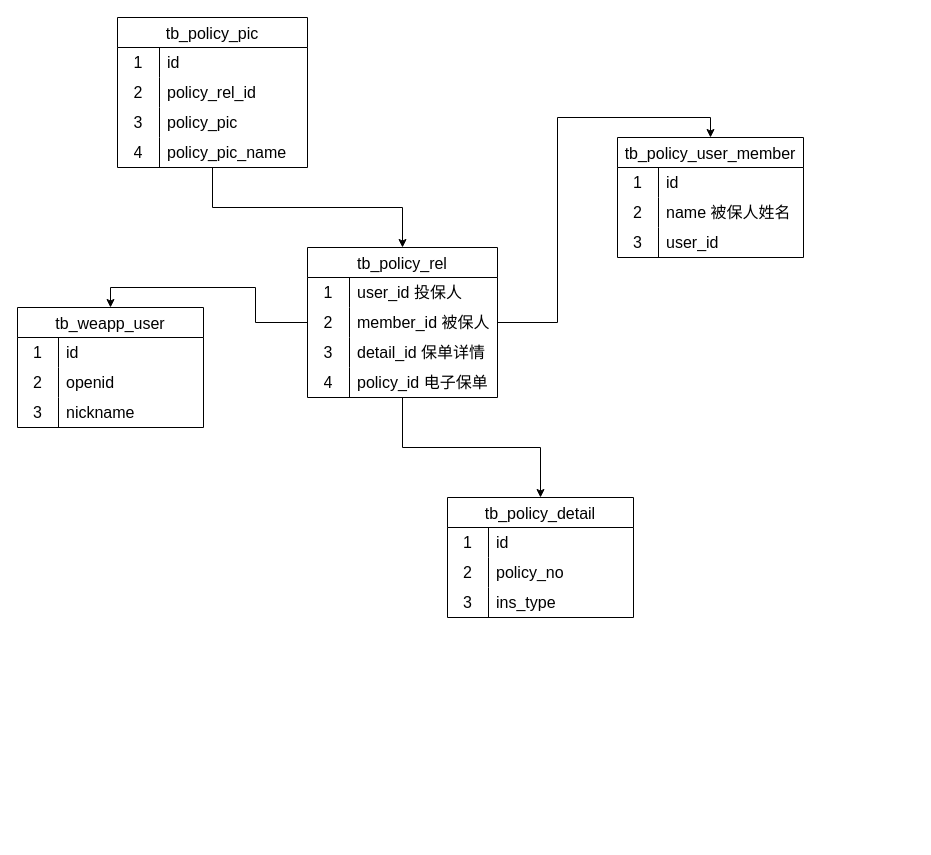
This is src/未命名绘图.drawio from chris950424/work-add, a draw.io file, before an edit. Source tidied: cells renumbered, new cells numbered last; positions are measured from the earlier drawing's top-left corner, leaving out a move shared by most shapes. Both pictures are drawn from the tidied source at 100%, with x=0, y=0 at pixel (17, 17).
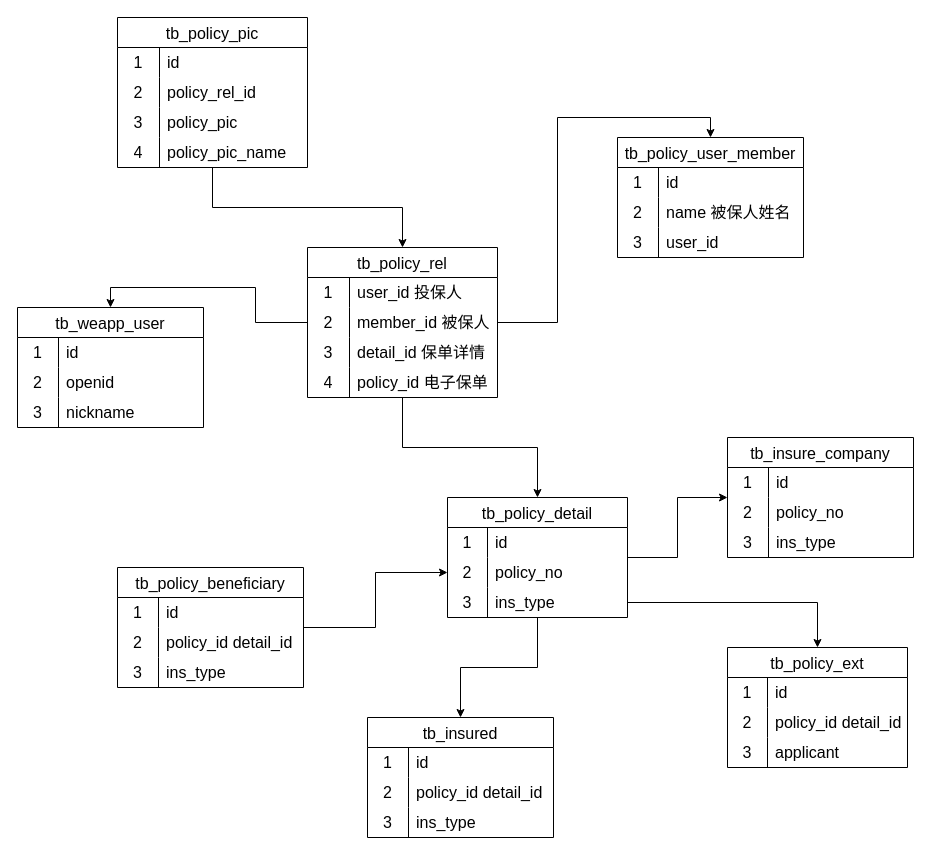
The same page after the edit.

Commit message (it also covers changes not shown here):
更新未命名绘图.drawio

The edit, as a diff of the source:
```diff
@@
+    <mxCell id="62" style="edgeStyle=orthogonalEdgeStyle;rounded=0;jettySize=auto;html=1;" parent="1" edge="1" source="15" target="79">
+      <mxGeometry relative="1" as="geometry">
+        <Array as="points">
+          <mxPoint x="660" y="540" />
+          <mxPoint x="660" y="480" />
+        </Array>
+      </mxGeometry>
+    </mxCell>
+    <mxCell id="63" style="edgeStyle=orthogonalEdgeStyle;rounded=0;jettySize=auto;html=1;" parent="1" edge="1" source="15" target="85">
+      <mxGeometry relative="1" as="geometry" />
+    </mxCell>
     <mxCell id="15" value="tb_policy_detail" style="shape=table;startSize=30;childLayout=tableLayout;rowLines=0;fontStyle=0;strokeColor=default;fontSize=16;" parent="1" vertex="1">
-      <mxGeometry x="430" y="480" width="186" height="120" as="geometry" />
+      <mxGeometry x="430" y="480" width="180" height="120" as="geometry" />
     </mxCell>
     <mxCell id="16" style="shape=tableRow;horizontal=0;startSize=0;swimlaneHead=0;swimlaneBody=0;top=0;left=0;bottom=0;right=0;fillColor=none;strokeColor=inherit;fontSize=16;" parent="15" vertex="1">
-      <mxGeometry y="30" width="186" height="30" as="geometry" />
+      <mxGeometry y="30" width="180" height="30" as="geometry" />
     </mxCell>
     <mxCell id="17" value="1" style="shape=partialRectangle;html=1;whiteSpace=wrap;fillColor=none;top=0;left=0;bottom=0;right=0;overflow=hidden;strokeColor=inherit;fontSize=16;" parent="16" vertex="1">
-      <mxGeometry width="41" height="30" as="geometry" />
+      <mxGeometry width="40" height="30" as="geometry" />
     </mxCell>
     <mxCell id="18" value="id" style="shape=partialRectangle;html=1;whiteSpace=wrap;fillColor=none;top=0;left=0;bottom=0;right=0;align=left;spacingLeft=6;overflow=hidden;strokeColor=inherit;fontSize=16;" parent="16" vertex="1">
-      <mxGeometry x="41" width="145" height="30" as="geometry" />
+      <mxGeometry x="40" width="140" height="30" as="geometry" />
     </mxCell>
     <mxCell id="19" style="shape=tableRow;horizontal=0;startSize=0;swimlaneHead=0;swimlaneBody=0;top=0;left=0;bottom=0;right=0;fillColor=none;points=[[0,0.5],[1,0.5]];portConstraint=eastwest;strokeColor=inherit;fontSize=16;" parent="15" vertex="1">
-      <mxGeometry y="60" width="186" height="30" as="geometry" />
+      <mxGeometry y="60" width="180" height="30" as="geometry" />
     </mxCell>
     <mxCell id="20" value="2" style="shape=partialRectangle;html=1;whiteSpace=wrap;fillColor=none;top=0;left=0;bottom=0;right=0;overflow=hidden;strokeColor=inherit;fontSize=16;" parent="19" vertex="1">
-      <mxGeometry width="41" height="30" as="geometry" />
+      <mxGeometry width="40" height="30" as="geometry" />
     </mxCell>
     <mxCell id="21" value="policy_no" style="shape=partialRectangle;html=1;whiteSpace=wrap;fillColor=none;top=0;left=0;bottom=0;right=0;align=left;spacingLeft=6;overflow=hidden;strokeColor=inherit;fontSize=16;" parent="19" vertex="1">
-      <mxGeometry x="41" width="145" height="30" as="geometry" />
+      <mxGeometry x="40" width="140" height="30" as="geometry" />
     </mxCell>
     <mxCell id="22" style="shape=tableRow;horizontal=0;startSize=0;swimlaneHead=0;swimlaneBody=0;top=0;left=0;bottom=0;right=0;fillColor=none;points=[[0,0.5],[1,0.5]];portConstraint=eastwest;strokeColor=inherit;fontSize=16;" parent="15" vertex="1">
-      <mxGeometry y="90" width="186" height="30" as="geometry" />
+      <mxGeometry y="90" width="180" height="30" as="geometry" />
     </mxCell>
     <mxCell id="23" value="3" style="shape=partialRectangle;html=1;whiteSpace=wrap;fillColor=none;top=0;left=0;bottom=0;right=0;overflow=hidden;strokeColor=inherit;fontSize=16;" parent="22" vertex="1">
-      <mxGeometry width="41" height="30" as="geometry" />
+      <mxGeometry width="40" height="30" as="geometry" />
     </mxCell>
     <mxCell id="24" value="ins_type" style="shape=partialRectangle;html=1;whiteSpace=wrap;fillColor=none;top=0;left=0;bottom=0;right=0;align=left;spacingLeft=6;overflow=hidden;strokeColor=inherit;fontSize=16;" parent="22" vertex="1">
-      <mxGeometry x="41" width="145" height="30" as="geometry" />
+      <mxGeometry x="40" width="140" height="30" as="geometry" />
     </mxCell>
@@
+    <mxCell id="64" style="edgeStyle=orthogonalEdgeStyle;rounded=0;jettySize=auto;html=1;entryX=0;entryY=0.5;entryDx=0;entryDy=0;" parent="1" edge="1" source="65" target="19">
+      <mxGeometry relative="1" as="geometry" />
+    </mxCell>
+    <mxCell id="65" value="tb_policy_beneficiary" style="shape=table;startSize=30;childLayout=tableLayout;rowLines=0;fontStyle=0;strokeColor=default;fontSize=16;" parent="1" vertex="1">
+      <mxGeometry x="100" y="550" width="186" height="120" as="geometry" />
+    </mxCell>
+    <mxCell id="66" style="shape=tableRow;horizontal=0;startSize=0;swimlaneHead=0;swimlaneBody=0;top=0;left=0;bottom=0;right=0;fillColor=none;strokeColor=inherit;fontSize=16;" parent="65" vertex="1">
+      <mxGeometry y="30" width="186" height="30" as="geometry" />
+    </mxCell>
+    <mxCell id="67" value="1" style="shape=partialRectangle;html=1;whiteSpace=wrap;fillColor=none;top=0;left=0;bottom=0;right=0;overflow=hidden;strokeColor=inherit;fontSize=16;" parent="66" vertex="1">
+      <mxGeometry width="41" height="30" as="geometry" />
+    </mxCell>
+    <mxCell id="68" value="id" style="shape=partialRectangle;html=1;whiteSpace=wrap;fillColor=none;top=0;left=0;bottom=0;right=0;align=left;spacingLeft=6;overflow=hidden;strokeColor=inherit;fontSize=16;" parent="66" vertex="1">
+      <mxGeometry x="41" width="145" height="30" as="geometry" />
+    </mxCell>
+    <mxCell id="69" style="shape=tableRow;horizontal=0;startSize=0;swimlaneHead=0;swimlaneBody=0;top=0;left=0;bottom=0;right=0;fillColor=none;strokeColor=inherit;fontSize=16;" parent="65" vertex="1">
+      <mxGeometry y="60" width="186" height="30" as="geometry" />
+    </mxCell>
+    <mxCell id="70" value="2" style="shape=partialRectangle;html=1;whiteSpace=wrap;fillColor=none;top=0;left=0;bottom=0;right=0;overflow=hidden;strokeColor=inherit;fontSize=16;" parent="69" vertex="1">
+      <mxGeometry width="41" height="30" as="geometry" />
+    </mxCell>
+    <mxCell id="71" value="policy_id detail_id&amp;nbsp;" style="shape=partialRectangle;html=1;whiteSpace=wrap;fillColor=none;top=0;left=0;bottom=0;right=0;align=left;spacingLeft=6;overflow=hidden;strokeColor=inherit;fontSize=16;" parent="69" vertex="1">
+      <mxGeometry x="41" width="145" height="30" as="geometry" />
+    </mxCell>
+    <mxCell id="72" style="shape=tableRow;horizontal=0;startSize=0;swimlaneHead=0;swimlaneBody=0;top=0;left=0;bottom=0;right=0;fillColor=none;strokeColor=inherit;fontSize=16;" parent="65" vertex="1">
+      <mxGeometry y="90" width="186" height="30" as="geometry" />
+    </mxCell>
+    <mxCell id="73" value="3" style="shape=partialRectangle;html=1;whiteSpace=wrap;fillColor=none;top=0;left=0;bottom=0;right=0;overflow=hidden;strokeColor=inherit;fontSize=16;" parent="72" vertex="1">
+      <mxGeometry width="41" height="30" as="geometry" />
+    </mxCell>
+    <mxCell id="74" value="ins_type" style="shape=partialRectangle;html=1;whiteSpace=wrap;fillColor=none;top=0;left=0;bottom=0;right=0;align=left;spacingLeft=6;overflow=hidden;strokeColor=inherit;fontSize=16;" parent="72" vertex="1">
+      <mxGeometry x="41" width="145" height="30" as="geometry" />
+    </mxCell>
+    <mxCell id="75" value="tb_insure_company" style="shape=table;startSize=30;childLayout=tableLayout;rowLines=0;fontStyle=0;strokeColor=default;fontSize=16;" parent="1" vertex="1">
+      <mxGeometry x="710" y="420" width="186" height="120" as="geometry" />
+    </mxCell>
+    <mxCell id="76" style="shape=tableRow;horizontal=0;startSize=0;swimlaneHead=0;swimlaneBody=0;top=0;left=0;bottom=0;right=0;fillColor=none;strokeColor=inherit;fontSize=16;" parent="75" vertex="1">
+      <mxGeometry y="30" width="186" height="30" as="geometry" />
+    </mxCell>
+    <mxCell id="77" value="1" style="shape=partialRectangle;html=1;whiteSpace=wrap;fillColor=none;top=0;left=0;bottom=0;right=0;overflow=hidden;strokeColor=inherit;fontSize=16;" parent="76" vertex="1">
+      <mxGeometry width="41" height="30" as="geometry" />
+    </mxCell>
+    <mxCell id="78" value="id" style="shape=partialRectangle;html=1;whiteSpace=wrap;fillColor=none;top=0;left=0;bottom=0;right=0;align=left;spacingLeft=6;overflow=hidden;strokeColor=inherit;fontSize=16;" parent="76" vertex="1">
+      <mxGeometry x="41" width="145" height="30" as="geometry" />
+    </mxCell>
+    <mxCell id="79" style="shape=tableRow;horizontal=0;startSize=0;swimlaneHead=0;swimlaneBody=0;top=0;left=0;bottom=0;right=0;fillColor=none;points=[[0,0.5],[1,0.5]];portConstraint=eastwest;strokeColor=inherit;fontSize=16;" parent="75" vertex="1">
+      <mxGeometry y="60" width="186" height="30" as="geometry" />
+    </mxCell>
+    <mxCell id="80" value="2" style="shape=partialRectangle;html=1;whiteSpace=wrap;fillColor=none;top=0;left=0;bottom=0;right=0;overflow=hidden;strokeColor=inherit;fontSize=16;" parent="79" vertex="1">
+      <mxGeometry width="41" height="30" as="geometry" />
+    </mxCell>
+    <mxCell id="81" value="policy_no" style="shape=partialRectangle;html=1;whiteSpace=wrap;fillColor=none;top=0;left=0;bottom=0;right=0;align=left;spacingLeft=6;overflow=hidden;strokeColor=inherit;fontSize=16;" parent="79" vertex="1">
+      <mxGeometry x="41" width="145" height="30" as="geometry" />
+    </mxCell>
+    <mxCell id="82" style="shape=tableRow;horizontal=0;startSize=0;swimlaneHead=0;swimlaneBody=0;top=0;left=0;bottom=0;right=0;fillColor=none;strokeColor=inherit;fontSize=16;" parent="75" vertex="1">
+      <mxGeometry y="90" width="186" height="30" as="geometry" />
+    </mxCell>
+    <mxCell id="83" value="3" style="shape=partialRectangle;html=1;whiteSpace=wrap;fillColor=none;top=0;left=0;bottom=0;right=0;overflow=hidden;strokeColor=inherit;fontSize=16;" parent="82" vertex="1">
+      <mxGeometry width="41" height="30" as="geometry" />
+    </mxCell>
+    <mxCell id="84" value="ins_type" style="shape=partialRectangle;html=1;whiteSpace=wrap;fillColor=none;top=0;left=0;bottom=0;right=0;align=left;spacingLeft=6;overflow=hidden;strokeColor=inherit;fontSize=16;" parent="82" vertex="1">
+      <mxGeometry x="41" width="145" height="30" as="geometry" />
+    </mxCell>
+    <mxCell id="85" value="tb_insured" style="shape=table;startSize=30;childLayout=tableLayout;rowLines=0;fontStyle=0;strokeColor=default;fontSize=16;" parent="1" vertex="1">
+      <mxGeometry x="350" y="700" width="186" height="120" as="geometry" />
+    </mxCell>
+    <mxCell id="86" style="shape=tableRow;horizontal=0;startSize=0;swimlaneHead=0;swimlaneBody=0;top=0;left=0;bottom=0;right=0;fillColor=none;strokeColor=inherit;fontSize=16;" parent="85" vertex="1">
+      <mxGeometry y="30" width="186" height="30" as="geometry" />
+    </mxCell>
+    <mxCell id="87" value="1" style="shape=partialRectangle;html=1;whiteSpace=wrap;fillColor=none;top=0;left=0;bottom=0;right=0;overflow=hidden;strokeColor=inherit;fontSize=16;" parent="86" vertex="1">
+      <mxGeometry width="41" height="30" as="geometry" />
+    </mxCell>
+    <mxCell id="88" value="id" style="shape=partialRectangle;html=1;whiteSpace=wrap;fillColor=none;top=0;left=0;bottom=0;right=0;align=left;spacingLeft=6;overflow=hidden;strokeColor=inherit;fontSize=16;" parent="86" vertex="1">
+      <mxGeometry x="41" width="145" height="30" as="geometry" />
+    </mxCell>
+    <mxCell id="89" style="shape=tableRow;horizontal=0;startSize=0;swimlaneHead=0;swimlaneBody=0;top=0;left=0;bottom=0;right=0;fillColor=none;strokeColor=inherit;fontSize=16;" parent="85" vertex="1">
+      <mxGeometry y="60" width="186" height="30" as="geometry" />
+    </mxCell>
+    <mxCell id="90" value="2" style="shape=partialRectangle;html=1;whiteSpace=wrap;fillColor=none;top=0;left=0;bottom=0;right=0;overflow=hidden;strokeColor=inherit;fontSize=16;" parent="89" vertex="1">
+      <mxGeometry width="41" height="30" as="geometry" />
+    </mxCell>
+    <mxCell id="91" value="policy_id detail_id&amp;nbsp;" style="shape=partialRectangle;html=1;whiteSpace=wrap;fillColor=none;top=0;left=0;bottom=0;right=0;align=left;spacingLeft=6;overflow=hidden;strokeColor=inherit;fontSize=16;" parent="89" vertex="1">
+      <mxGeometry x="41" width="145" height="30" as="geometry" />
+    </mxCell>
+    <mxCell id="92" style="shape=tableRow;horizontal=0;startSize=0;swimlaneHead=0;swimlaneBody=0;top=0;left=0;bottom=0;right=0;fillColor=none;strokeColor=inherit;fontSize=16;" parent="85" vertex="1">
+      <mxGeometry y="90" width="186" height="30" as="geometry" />
+    </mxCell>
+    <mxCell id="93" value="3" style="shape=partialRectangle;html=1;whiteSpace=wrap;fillColor=none;top=0;left=0;bottom=0;right=0;overflow=hidden;strokeColor=inherit;fontSize=16;" parent="92" vertex="1">
+      <mxGeometry width="41" height="30" as="geometry" />
+    </mxCell>
+    <mxCell id="94" value="ins_type" style="shape=partialRectangle;html=1;whiteSpace=wrap;fillColor=none;top=0;left=0;bottom=0;right=0;align=left;spacingLeft=6;overflow=hidden;strokeColor=inherit;fontSize=16;" parent="92" vertex="1">
+      <mxGeometry x="41" width="145" height="30" as="geometry" />
+    </mxCell>
+    <mxCell id="95" value="tb_policy_ext" style="shape=table;startSize=30;childLayout=tableLayout;rowLines=0;fontStyle=0;strokeColor=default;fontSize=16;" parent="1" vertex="1">
+      <mxGeometry x="710" y="630" width="180" height="120" as="geometry" />
+    </mxCell>
+    <mxCell id="96" style="shape=tableRow;horizontal=0;startSize=0;swimlaneHead=0;swimlaneBody=0;top=0;left=0;bottom=0;right=0;fillColor=none;strokeColor=inherit;fontSize=16;" parent="95" vertex="1">
+      <mxGeometry y="30" width="180" height="30" as="geometry" />
+    </mxCell>
+    <mxCell id="97" value="1" style="shape=partialRectangle;html=1;whiteSpace=wrap;fillColor=none;top=0;left=0;bottom=0;right=0;overflow=hidden;strokeColor=inherit;fontSize=16;" parent="96" vertex="1">
+      <mxGeometry width="40" height="30" as="geometry" />
+    </mxCell>
+    <mxCell id="98" value="id" style="shape=partialRectangle;html=1;whiteSpace=wrap;fillColor=none;top=0;left=0;bottom=0;right=0;align=left;spacingLeft=6;overflow=hidden;strokeColor=inherit;fontSize=16;" parent="96" vertex="1">
+      <mxGeometry x="40" width="140" height="30" as="geometry" />
+    </mxCell>
+    <mxCell id="99" style="shape=tableRow;horizontal=0;startSize=0;swimlaneHead=0;swimlaneBody=0;top=0;left=0;bottom=0;right=0;fillColor=none;strokeColor=inherit;fontSize=16;" parent="95" vertex="1">
+      <mxGeometry y="60" width="180" height="30" as="geometry" />
+    </mxCell>
+    <mxCell id="100" value="2" style="shape=partialRectangle;html=1;whiteSpace=wrap;fillColor=none;top=0;left=0;bottom=0;right=0;overflow=hidden;strokeColor=inherit;fontSize=16;" parent="99" vertex="1">
+      <mxGeometry width="40" height="30" as="geometry" />
+    </mxCell>
+    <mxCell id="101" value="policy_id detail_id&amp;nbsp;" style="shape=partialRectangle;html=1;whiteSpace=wrap;fillColor=none;top=0;left=0;bottom=0;right=0;align=left;spacingLeft=6;overflow=hidden;strokeColor=inherit;fontSize=16;" parent="99" vertex="1">
+      <mxGeometry x="40" width="140" height="30" as="geometry" />
+    </mxCell>
+    <mxCell id="102" style="shape=tableRow;horizontal=0;startSize=0;swimlaneHead=0;swimlaneBody=0;top=0;left=0;bottom=0;right=0;fillColor=none;strokeColor=inherit;fontSize=16;" parent="95" vertex="1">
+      <mxGeometry y="90" width="180" height="30" as="geometry" />
+    </mxCell>
+    <mxCell id="103" value="3" style="shape=partialRectangle;html=1;whiteSpace=wrap;fillColor=none;top=0;left=0;bottom=0;right=0;overflow=hidden;strokeColor=inherit;fontSize=16;" parent="102" vertex="1">
+      <mxGeometry width="40" height="30" as="geometry" />
+    </mxCell>
+    <mxCell id="104" value="applicant" style="shape=partialRectangle;html=1;whiteSpace=wrap;fillColor=none;top=0;left=0;bottom=0;right=0;align=left;spacingLeft=6;overflow=hidden;strokeColor=inherit;fontSize=16;" parent="102" vertex="1">
+      <mxGeometry x="40" width="140" height="30" as="geometry" />
+    </mxCell>
+    <mxCell id="105" style="edgeStyle=orthogonalEdgeStyle;rounded=0;jettySize=auto;html=1;" parent="1" edge="1" source="22" target="95">
+      <mxGeometry relative="1" as="geometry" />
+    </mxCell>
```
